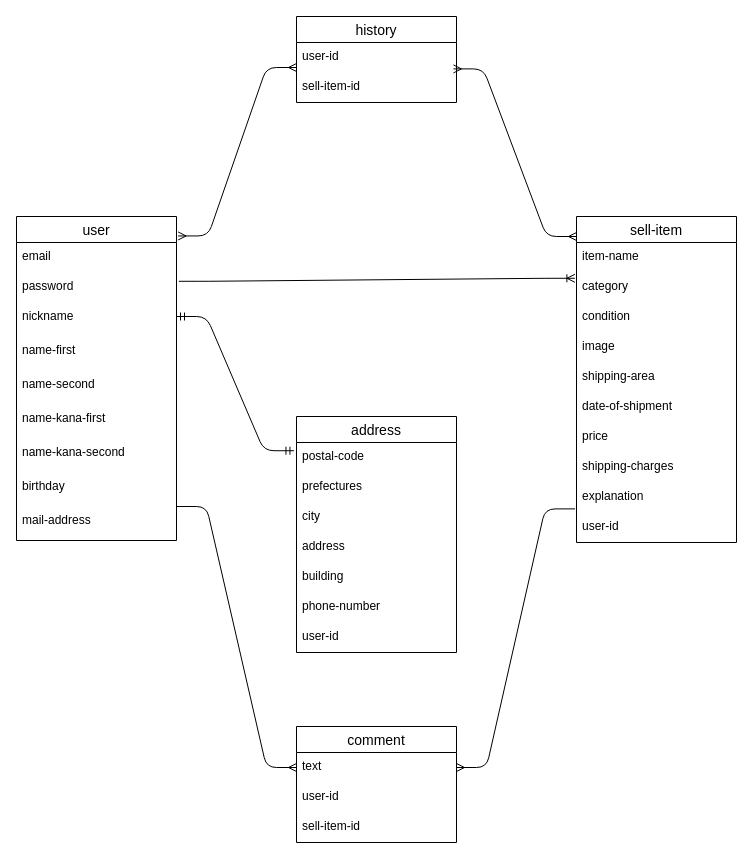
This is hurima.dio from Tsutomu-sasaki1/furima-31549, a draw.io file, before an edit. Source tidied: cells renumbered, new cells numbered last; positions are measured from the earlier drawing's top-left corner, leaving out a move shared by most shapes. Both pictures are drawn from the tidied source at 100%, with x=0, y=0 at pixel (16, 16).
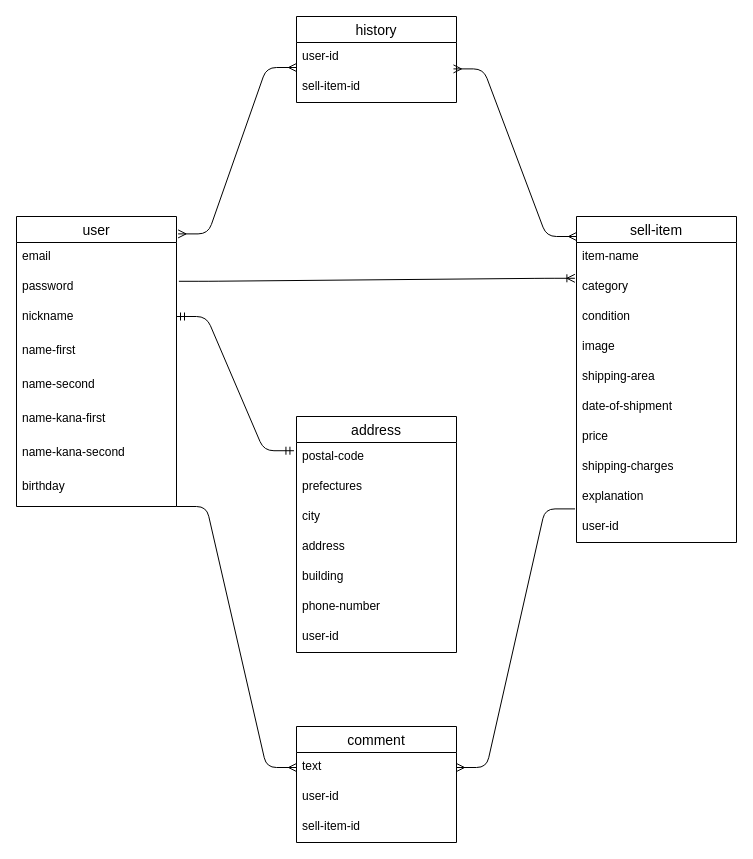
Above is the later version.

Commit message (it also covers changes not shown here):
カラムencrypted_password追加

Change to the diagram source:
```diff
@@
     <mxCell id="2" value="user" style="swimlane;fontStyle=0;horizontal=1;startSize=26;align=center;fontSize=14;" parent="1" vertex="1">
-      <mxGeometry y="200" width="160" height="324" as="geometry" />
+      <mxGeometry y="200" width="160" height="290" as="geometry" />
     </mxCell>
@@
-    <mxCell id="11" value="mail-address" style="text;strokeColor=none;fillColor=none;spacingLeft=4;spacingRight=4;overflow=hidden;fontSize=12;" parent="2" vertex="1">
-      <mxGeometry y="290" width="160" height="34" as="geometry" />
-    </mxCell>
```
